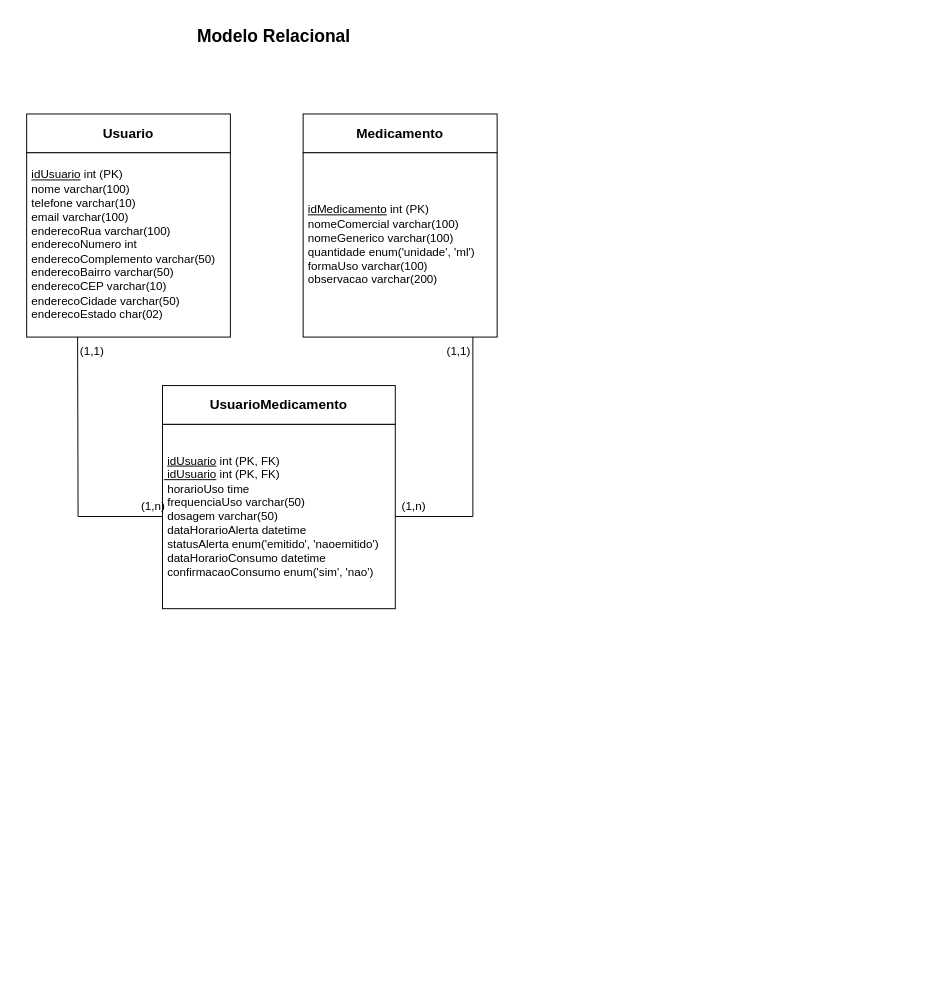
The draw.io diagram docs/project/diagrams/MR - MedAlerta.drawio in m9rin/bootcamp_uninter_time5, before the edit. Source tidied: cells renumbered, new cells numbered last; positions are measured from the earlier drawing's top-left corner, leaving out a move shared by most shapes. Both pictures are drawn from the tidied source at 97%, with x=0, y=0 at pixel (26, 16).
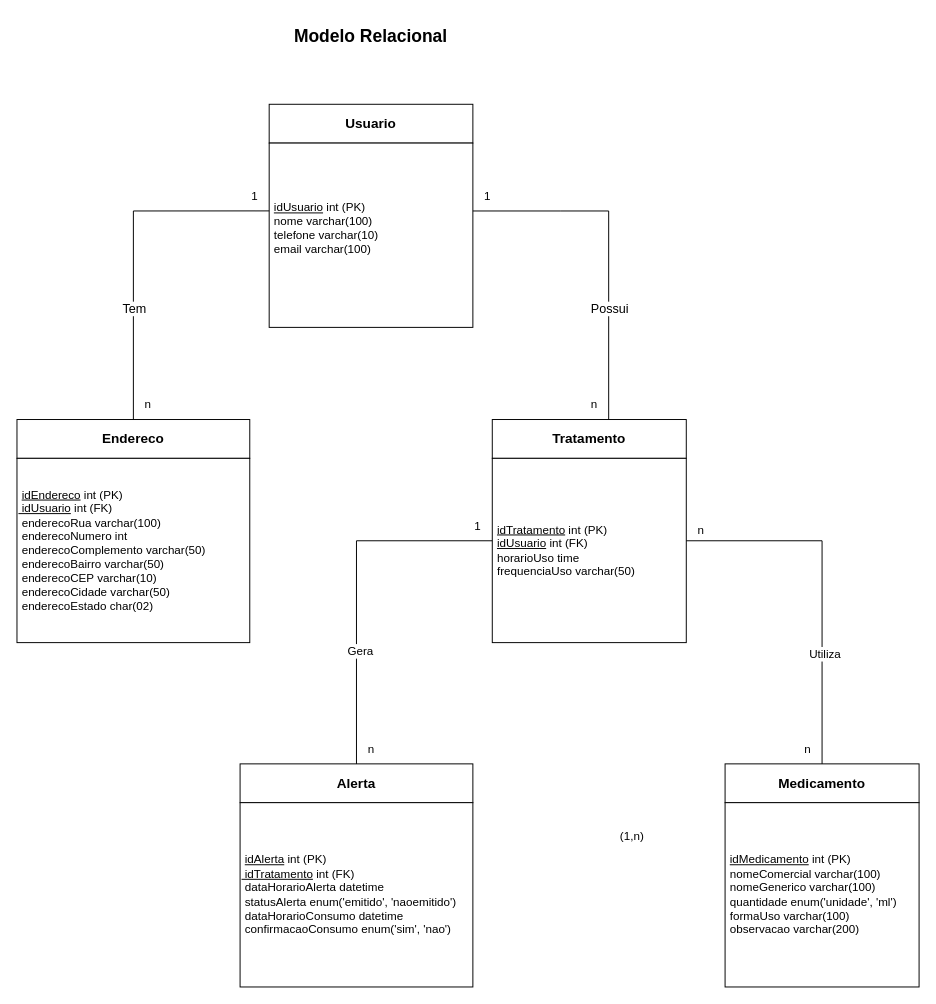
After the change.

Commit message (it also covers changes not shown here):
incluir MR - MdeAlerta.drawio e png, retirada MER antigos

What changed in the source:
```diff
@@
     <mxCell id="2" value="&lt;b&gt;&lt;font style=&quot;font-size: 18px;&quot;&gt;Modelo Relacional&lt;/font&gt;&lt;/b&gt;" style="text;html=1;whiteSpace=wrap;strokeColor=none;fillColor=none;align=center;verticalAlign=middle;rounded=0;" parent="1" vertex="1">
-      <mxGeometry x="160" width="190" height="40" as="geometry" />
+      <mxGeometry x="260" width="190" height="40" as="geometry" />
     </mxCell>
     <mxCell id="3" value="&lt;b&gt;&lt;font style=&quot;font-size: 14px;&quot;&gt;Usuario&lt;/font&gt;&lt;/b&gt;" style="rounded=0;whiteSpace=wrap;html=1;" parent="1" vertex="1">
-      <mxGeometry y="100" width="210" height="40" as="geometry" />
+      <mxGeometry x="250" y="90" width="210" height="40" as="geometry" />
     </mxCell>
-    <mxCell id="4" value="&lt;span style=&quot;background-color: transparent; color: light-dark(rgb(0, 0, 0), rgb(255, 255, 255));&quot;&gt;&lt;b style=&quot;&quot;&gt;&amp;nbsp;&lt;/b&gt;&lt;u&gt;idUsuario&lt;/u&gt; int (PK)&lt;/span&gt;&lt;br&gt;&lt;span style=&quot;background-color: transparent; color: light-dark(rgb(0, 0, 0), rgb(255, 255, 255));&quot;&gt;&amp;nbsp;nome varchar(100)&lt;/span&gt;&lt;br&gt;&lt;span style=&quot;background-color: transparent; color: light-dark(rgb(0, 0, 0), rgb(255, 255, 255));&quot;&gt;&amp;nbsp;telefone varchar(10)&lt;/span&gt;&lt;br&gt;&lt;span style=&quot;background-color: transparent; color: light-dark(rgb(0, 0, 0), rgb(255, 255, 255));&quot;&gt;&amp;nbsp;email varchar(100)&lt;/span&gt;&lt;br&gt;&lt;span style=&quot;background-color: transparent; color: light-dark(rgb(0, 0, 0), rgb(255, 255, 255));&quot;&gt;&amp;nbsp;enderecoRua varchar(100)&lt;/span&gt;&lt;br&gt;&lt;span style=&quot;background-color: transparent; color: light-dark(rgb(0, 0, 0), rgb(255, 255, 255));&quot;&gt;&amp;nbsp;enderecoNumero int&lt;/span&gt;&lt;br&gt;&lt;span style=&quot;background-color: transparent; color: light-dark(rgb(0, 0, 0), rgb(255, 255, 255));&quot;&gt;&amp;nbsp;enderecoComplemento varchar(50)&lt;/span&gt;&lt;br&gt;&lt;span style=&quot;background-color: transparent; color: light-dark(rgb(0, 0, 0), rgb(255, 255, 255));&quot;&gt;&amp;nbsp;enderecoBairro varchar(50)&lt;/span&gt;&lt;br&gt;&lt;span style=&quot;background-color: transparent; color: light-dark(rgb(0, 0, 0), rgb(255, 255, 255));&quot;&gt;&amp;nbsp;enderecoCEP varchar(10)&lt;/span&gt;&lt;br&gt;&lt;span style=&quot;background-color: transparent; color: light-dark(rgb(0, 0, 0), rgb(255, 255, 255));&quot;&gt;&amp;nbsp;enderecoCidade varchar(50)&lt;/span&gt;&lt;br&gt;&lt;div&gt;&amp;nbsp;enderecoEstado char(02)&lt;/div&gt;" style="rounded=0;whiteSpace=wrap;html=1;align=left;" parent="1" vertex="1">
-      <mxGeometry y="140" width="210" height="190" as="geometry" />
+    <mxCell id="4" value="&lt;span style=&quot;background-color: transparent; color: light-dark(rgb(0, 0, 0), rgb(255, 255, 255));&quot;&gt;&lt;b style=&quot;&quot;&gt;&amp;nbsp;&lt;/b&gt;&lt;u&gt;idUsuario&lt;/u&gt; int (PK)&lt;/span&gt;&lt;br&gt;&lt;span style=&quot;background-color: transparent; color: light-dark(rgb(0, 0, 0), rgb(255, 255, 255));&quot;&gt;&amp;nbsp;nome varchar(100)&lt;/span&gt;&lt;br&gt;&lt;span style=&quot;background-color: transparent; color: light-dark(rgb(0, 0, 0), rgb(255, 255, 255));&quot;&gt;&amp;nbsp;telefone varchar(10)&lt;/span&gt;&lt;br&gt;&lt;span style=&quot;background-color: transparent; color: light-dark(rgb(0, 0, 0), rgb(255, 255, 255));&quot;&gt;&amp;nbsp;email varchar(100)&lt;/span&gt;&lt;br&gt;&lt;span style=&quot;background-color: transparent; color: light-dark(rgb(0, 0, 0), rgb(255, 255, 255));&quot;&gt;&amp;nbsp;&lt;/span&gt;" style="rounded=0;whiteSpace=wrap;html=1;align=left;" parent="1" vertex="1">
+      <mxGeometry x="250" y="130" width="210" height="190" as="geometry" />
     </mxCell>
     <mxCell id="5" value="&lt;b&gt;&lt;font style=&quot;font-size: 14px;&quot;&gt;Medicamento&lt;/font&gt;&lt;/b&gt;" style="rounded=0;whiteSpace=wrap;html=1;" parent="1" vertex="1">
-      <mxGeometry x="285" y="100" width="200" height="40" as="geometry" />
+      <mxGeometry x="720" y="770" width="200" height="40" as="geometry" />
     </mxCell>
     <mxCell id="6" value="&amp;nbsp;&lt;u&gt;idMedicamento&lt;/u&gt;&amp;nbsp;int (PK)&lt;div&gt;&amp;nbsp;nomeComercial varchar(100)&lt;/div&gt;&lt;div&gt;&amp;nbsp;nomeGenerico varchar(100)&lt;/div&gt;&lt;div&gt;&amp;nbsp;quantidade enum('unidade', 'ml')&lt;/div&gt;&lt;div&gt;&amp;nbsp;formaUso varchar(100)&lt;/div&gt;&lt;div&gt;&amp;nbsp;observacao varchar(200)&lt;/div&gt;" style="rounded=0;whiteSpace=wrap;html=1;align=left;" parent="1" vertex="1">
-      <mxGeometry x="285" y="140" width="200" height="190" as="geometry" />
+      <mxGeometry x="720" y="810" width="200" height="190" as="geometry" />
     </mxCell>
+    <mxCell id="15" style="edgeStyle=orthogonalEdgeStyle;rounded=0;jettySize=auto;html=1;entryX=0.5;entryY=0;entryDx=0;entryDy=0;" parent="1" edge="1" source="7" target="8">
+      <mxGeometry relative="1" as="geometry" />
+    </mxCell>
-    <mxCell id="7" value="&lt;b&gt;&lt;font style=&quot;font-size: 14px;&quot;&gt;UsuarioMedicamento&lt;/font&gt;&lt;/b&gt;" style="rounded=0;whiteSpace=wrap;html=1;" parent="1" vertex="1">
-      <mxGeometry x="140" y="380" width="240" height="40" as="geometry" />
+    <mxCell id="7" value="&lt;b&gt;&lt;font style=&quot;font-size: 14px;&quot;&gt;Endereco&lt;/font&gt;&lt;/b&gt;" style="rounded=0;whiteSpace=wrap;html=1;" parent="1" vertex="1">
+      <mxGeometry x="-10" y="415" width="240" height="40" as="geometry" />
     </mxCell>
-    <mxCell id="8" value="&amp;nbsp;&lt;u&gt;idUsuario&lt;/u&gt;&amp;nbsp;int (PK, FK)&lt;div&gt;&lt;u&gt;&amp;nbsp;idUsuario&lt;/u&gt;&amp;nbsp;int (PK, FK)&lt;br&gt;&lt;div&gt;&amp;nbsp;horarioUso time&lt;/div&gt;&lt;/div&gt;&lt;div&gt;&amp;nbsp;frequenciaUso varchar(50)&lt;/div&gt;&lt;div&gt;&amp;nbsp;dosagem varchar(50)&lt;/div&gt;&lt;div&gt;&amp;nbsp;dataHorarioAlerta datetime&lt;/div&gt;&lt;div&gt;&amp;nbsp;statusAlerta enum('emitido', 'naoemitido')&lt;/div&gt;&lt;div&gt;&amp;nbsp;dataHorarioConsumo datetime&lt;/div&gt;&lt;div&gt;&amp;nbsp;confirmacaoConsumo enum('sim', 'nao')&lt;/div&gt;" style="rounded=0;whiteSpace=wrap;html=1;align=left;" parent="1" vertex="1">
-      <mxGeometry x="140" y="420" width="240" height="190" as="geometry" />
+    <mxCell id="8" value="&amp;nbsp;&lt;u&gt;idEndereco&lt;/u&gt;&amp;nbsp;int (PK)&lt;div&gt;&lt;u&gt;&amp;nbsp;idUsuario&lt;/u&gt;&amp;nbsp;int (FK)&lt;br&gt;&lt;div&gt;&amp;nbsp;&lt;span style=&quot;background-color: transparent; color: light-dark(rgb(0, 0, 0), rgb(255, 255, 255));&quot;&gt;enderecoRua varchar(100)&lt;/span&gt;&lt;br&gt;&lt;/div&gt;&lt;span style=&quot;color: light-dark(rgb(0, 0, 0), rgb(255, 255, 255)); background-color: transparent;&quot;&gt;&amp;nbsp;enderecoNumero int&lt;/span&gt;&lt;br&gt;&lt;span style=&quot;color: light-dark(rgb(0, 0, 0), rgb(255, 255, 255)); background-color: transparent;&quot;&gt;&amp;nbsp;enderecoComplemento varchar(50)&lt;/span&gt;&lt;br&gt;&lt;span style=&quot;color: light-dark(rgb(0, 0, 0), rgb(255, 255, 255)); background-color: transparent;&quot;&gt;&amp;nbsp;enderecoBairro varchar(50)&lt;/span&gt;&lt;br&gt;&lt;span style=&quot;color: light-dark(rgb(0, 0, 0), rgb(255, 255, 255)); background-color: transparent;&quot;&gt;&amp;nbsp;enderecoCEP varchar(10)&lt;/span&gt;&lt;br&gt;&lt;span style=&quot;color: light-dark(rgb(0, 0, 0), rgb(255, 255, 255)); background-color: transparent;&quot;&gt;&amp;nbsp;enderecoCidade varchar(50)&lt;/span&gt;&lt;br&gt;&lt;div&gt;&amp;nbsp;enderecoEstado char(02)&lt;/div&gt;&lt;/div&gt;" style="rounded=0;whiteSpace=wrap;html=1;align=left;" parent="1" vertex="1">
+      <mxGeometry x="-10" y="455" width="240" height="190" as="geometry" />
     </mxCell>
-    <mxCell id="9" style="endArrow=none;html=1;rounded=0;exitX=0;exitY=0.5;exitDx=0;exitDy=0;entryX=0.25;entryY=1;entryDx=0;entryDy=0;" parent="1" edge="1" source="8" target="4">
-      <mxGeometry relative="1" as="geometry">
-        <Array as="points">
-          <mxPoint x="53" y="515" />
-        </Array>
-      </mxGeometry>
-    </mxCell>
-    <mxCell id="10" style="endArrow=none;html=1;rounded=0;exitX=1;exitY=0.5;exitDx=0;exitDy=0;entryX=0.25;entryY=1;entryDx=0;entryDy=0;" parent="1" edge="1" source="8">
-      <mxGeometry relative="1" as="geometry">
-        <mxPoint x="460" y="330" as="targetPoint" />
-        <Array as="points">
-          <mxPoint x="460" y="515" />
-        </Array>
-      </mxGeometry>
-    </mxCell>
-    <mxCell id="11" value="&amp;nbsp;(1,1)" style="text;html=1;whiteSpace=wrap;strokeColor=none;fillColor=none;align=left;verticalAlign=middle;rounded=0;" parent="1" vertex="1">
-      <mxGeometry x="50" y="330" width="60" height="30" as="geometry" />
+    <mxCell id="11" value="n" style="text;html=1;whiteSpace=wrap;strokeColor=none;fillColor=none;align=left;verticalAlign=middle;rounded=0;" parent="1" vertex="1">
+      <mxGeometry x="580" y="385" width="60" height="30" as="geometry" />
     </mxCell>
+    <mxCell id="13" value="1" style="text;html=1;whiteSpace=wrap;strokeColor=none;fillColor=none;align=left;verticalAlign=middle;rounded=0;" parent="1" vertex="1">
+      <mxGeometry x="460" y="510" width="60" height="30" as="geometry" />
+    </mxCell>
+    <mxCell id="16" value="&lt;b&gt;&lt;font style=&quot;font-size: 14px;&quot;&gt;Alerta&lt;/font&gt;&lt;/b&gt;" style="rounded=0;whiteSpace=wrap;html=1;" parent="1" vertex="1">
+      <mxGeometry x="220" y="770" width="240" height="40" as="geometry" />
+    </mxCell>
+    <mxCell id="17" value="&amp;nbsp;&lt;u&gt;idAlerta&lt;/u&gt;&amp;nbsp;int (PK)&lt;div&gt;&lt;u&gt;&amp;nbsp;idTratamento&lt;/u&gt;&amp;nbsp;int (FK)&lt;br&gt;&lt;div&gt;&amp;nbsp;&lt;span style=&quot;background-color: transparent; color: light-dark(rgb(0, 0, 0), rgb(255, 255, 255));&quot;&gt;dataHorarioAlerta datetime&lt;/span&gt;&lt;/div&gt;&lt;/div&gt;&lt;div&gt;&amp;nbsp;statusAlerta enum('emitido', 'naoemitido')&lt;/div&gt;&lt;div&gt;&amp;nbsp;dataHorarioConsumo datetime&lt;/div&gt;&lt;div&gt;&amp;nbsp;confirmacaoConsumo enum('sim', 'nao')&lt;/div&gt;" style="rounded=0;whiteSpace=wrap;html=1;align=left;" parent="1" vertex="1">
+      <mxGeometry x="220" y="810" width="240" height="190" as="geometry" />
+    </mxCell>
-    <mxCell id="12" value="(1,n)" style="text;html=1;whiteSpace=wrap;strokeColor=none;fillColor=none;align=right;verticalAlign=middle;rounded=0;" parent="1" vertex="1">
-      <mxGeometry x="85" y="490" width="60" height="30" as="geometry" />
+    <mxCell id="12" value="(1,n)" style="text;html=1;whiteSpace=wrap;strokeColor=none;fillColor=none;align=left;verticalAlign=middle;rounded=0;" parent="1" vertex="1">
+      <mxGeometry x="610" y="830" width="60" height="30" as="geometry" />
     </mxCell>
-    <mxCell id="13" value="(1,n)" style="text;html=1;whiteSpace=wrap;strokeColor=none;fillColor=none;align=left;verticalAlign=middle;rounded=0;" parent="1" vertex="1">
-      <mxGeometry x="385" y="490" width="60" height="30" as="geometry" />
-    </mxCell>
-    <mxCell id="14" value="&amp;nbsp;(1,1)" style="text;html=1;whiteSpace=wrap;strokeColor=none;fillColor=none;align=right;verticalAlign=middle;rounded=0;" parent="1" vertex="1">
-      <mxGeometry x="400" y="330" width="60" height="30" as="geometry" />
-    </mxCell>
+    <mxCell id="18" style="endArrow=none;html=1;rounded=0;" parent="1" edge="1">
+      <mxGeometry relative="1" as="geometry">
+        <mxPoint x="110" y="415" as="sourcePoint" />
+        <mxPoint x="110" y="200" as="targetPoint" />
+      </mxGeometry>
+    </mxCell>
+    <mxCell id="19" value="Tem" style="edgeLabel;html=1;align=center;verticalAlign=middle;fontSize=13;" parent="18" vertex="1">
+      <mxGeometry x="0.53" y="1" relative="1" as="geometry">
+        <mxPoint x="1" y="49" as="offset" />
+      </mxGeometry>
+    </mxCell>
+    <mxCell id="20" style="endArrow=none;html=1;rounded=0;entryX=0;entryY=0.368;entryDx=0;entryDy=0;entryPerimeter=0;" parent="1" edge="1" target="4">
+      <mxGeometry relative="1" as="geometry">
+        <mxPoint x="110" y="200" as="sourcePoint" />
+        <Array as="points">
+          <mxPoint x="110" y="200" />
+        </Array>
+      </mxGeometry>
+    </mxCell>
+    <mxCell id="21" value="&lt;b&gt;&lt;font style=&quot;font-size: 14px;&quot;&gt;Tratamento&lt;/font&gt;&lt;/b&gt;" style="rounded=0;whiteSpace=wrap;html=1;" parent="1" vertex="1">
+      <mxGeometry x="480" y="415" width="200" height="40" as="geometry" />
+    </mxCell>
+    <mxCell id="22" value="&amp;nbsp;&lt;u&gt;idTratamento&lt;/u&gt;&amp;nbsp;int (PK)&lt;div&gt;&amp;nbsp;&lt;u&gt;idUsuario&lt;/u&gt;&amp;nbsp;int (FK)&lt;br&gt;&lt;div&gt;&amp;nbsp;&lt;span style=&quot;background-color: transparent; color: light-dark(rgb(0, 0, 0), rgb(255, 255, 255));&quot;&gt;horarioUso time&lt;/span&gt;&lt;/div&gt;&lt;div&gt;&amp;nbsp;frequenciaUso varchar(50)&lt;/div&gt;&lt;/div&gt;" style="rounded=0;whiteSpace=wrap;html=1;align=left;" parent="1" vertex="1">
+      <mxGeometry x="480" y="455" width="200" height="190" as="geometry" />
+    </mxCell>
+    <mxCell id="23" style="endArrow=none;html=1;rounded=0;entryX=0;entryY=0.368;entryDx=0;entryDy=0;entryPerimeter=0;" parent="1" edge="1">
+      <mxGeometry relative="1" as="geometry">
+        <mxPoint x="460" y="200" as="sourcePoint" />
+        <mxPoint x="600" y="200" as="targetPoint" />
+        <Array as="points">
+          <mxPoint x="460" y="200" />
+          <mxPoint x="550" y="200" />
+        </Array>
+      </mxGeometry>
+    </mxCell>
+    <mxCell id="24" style="endArrow=none;html=1;rounded=0;" parent="1" edge="1">
+      <mxGeometry relative="1" as="geometry">
+        <mxPoint x="600" y="415" as="sourcePoint" />
+        <mxPoint x="600" y="200" as="targetPoint" />
+      </mxGeometry>
+    </mxCell>
+    <mxCell id="25" value="Possui" style="edgeLabel;html=1;align=center;verticalAlign=middle;fontSize=13;" parent="24" vertex="1">
+      <mxGeometry x="0.53" y="1" relative="1" as="geometry">
+        <mxPoint x="1" y="49" as="offset" />
+      </mxGeometry>
+    </mxCell>
+    <mxCell id="26" style="endArrow=none;html=1;rounded=0;" parent="1" edge="1">
+      <mxGeometry relative="1" as="geometry">
+        <mxPoint x="340" y="770" as="sourcePoint" />
+        <mxPoint x="340" y="540" as="targetPoint" />
+      </mxGeometry>
+    </mxCell>
+    <mxCell id="27" value="&lt;font style=&quot;font-size: 12px;&quot;&gt;Gera&lt;/font&gt;" style="edgeLabel;html=1;align=center;verticalAlign=middle;" parent="26" vertex="1">
+      <mxGeometry x="0.02" y="-3" relative="1" as="geometry" />
+    </mxCell>
+    <mxCell id="28" style="endArrow=none;html=1;rounded=0;entryX=0;entryY=0.368;entryDx=0;entryDy=0;entryPerimeter=0;" parent="1" edge="1">
+      <mxGeometry relative="1" as="geometry">
+        <mxPoint x="340" y="540" as="sourcePoint" />
+        <mxPoint x="480" y="540" as="targetPoint" />
+        <Array as="points">
+          <mxPoint x="340" y="540" />
+        </Array>
+      </mxGeometry>
+    </mxCell>
+    <mxCell id="29" style="endArrow=none;html=1;rounded=0;entryX=0;entryY=0.368;entryDx=0;entryDy=0;entryPerimeter=0;" parent="1" edge="1">
+      <mxGeometry relative="1" as="geometry">
+        <mxPoint x="680" y="540" as="sourcePoint" />
+        <mxPoint x="820" y="540" as="targetPoint" />
+        <Array as="points">
+          <mxPoint x="680" y="540" />
+        </Array>
+      </mxGeometry>
+    </mxCell>
+    <mxCell id="30" style="endArrow=none;html=1;rounded=0;" parent="1" edge="1">
+      <mxGeometry relative="1" as="geometry">
+        <mxPoint x="820" y="770" as="sourcePoint" />
+        <mxPoint x="820" y="540" as="targetPoint" />
+      </mxGeometry>
+    </mxCell>
+    <mxCell id="31" value="&lt;font style=&quot;font-size: 12px;&quot;&gt;Utiliza&lt;/font&gt;" style="edgeLabel;html=1;align=center;verticalAlign=middle;" parent="30" vertex="1">
+      <mxGeometry x="-0.01" y="-2" relative="1" as="geometry" />
+    </mxCell>
+    <mxCell id="32" value="1" style="text;html=1;whiteSpace=wrap;strokeColor=none;fillColor=none;align=left;verticalAlign=middle;rounded=0;" parent="1" vertex="1">
+      <mxGeometry x="230" y="170" width="60" height="30" as="geometry" />
+    </mxCell>
+    <mxCell id="33" value="n" style="text;html=1;whiteSpace=wrap;strokeColor=none;fillColor=none;align=left;verticalAlign=middle;rounded=0;" parent="1" vertex="1">
+      <mxGeometry x="120" y="385" width="60" height="30" as="geometry" />
+    </mxCell>
+    <mxCell id="34" value="1" style="text;html=1;whiteSpace=wrap;strokeColor=none;fillColor=none;align=left;verticalAlign=middle;rounded=0;" parent="1" vertex="1">
+      <mxGeometry x="470" y="170" width="60" height="30" as="geometry" />
+    </mxCell>
+    <mxCell id="35" value="n" style="text;html=1;whiteSpace=wrap;strokeColor=none;fillColor=none;align=left;verticalAlign=middle;rounded=0;" parent="1" vertex="1">
+      <mxGeometry x="350" y="740" width="60" height="30" as="geometry" />
+    </mxCell>
+    <mxCell id="36" value="n" style="text;html=1;whiteSpace=wrap;strokeColor=none;fillColor=none;align=left;verticalAlign=middle;rounded=0;" parent="1" vertex="1">
+      <mxGeometry x="690" y="515" width="60" height="30" as="geometry" />
+    </mxCell>
+    <mxCell id="37" value="n" style="text;html=1;whiteSpace=wrap;strokeColor=none;fillColor=none;align=left;verticalAlign=middle;rounded=0;" parent="1" vertex="1">
+      <mxGeometry x="800" y="740" width="60" height="30" as="geometry" />
+    </mxCell>
```
